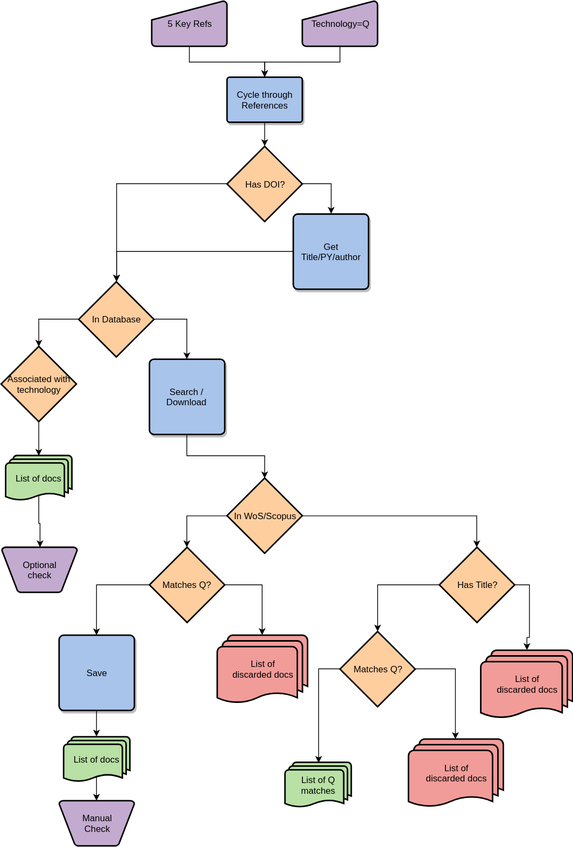
Earlier version of the draw.io export documentation/snowballing_back.svg (smkerr/nacsos). Source tidied: cells renumbered, new cells last; positions are measured from the earlier drawing's top-left corner, leaving out a move shared by most shapes.
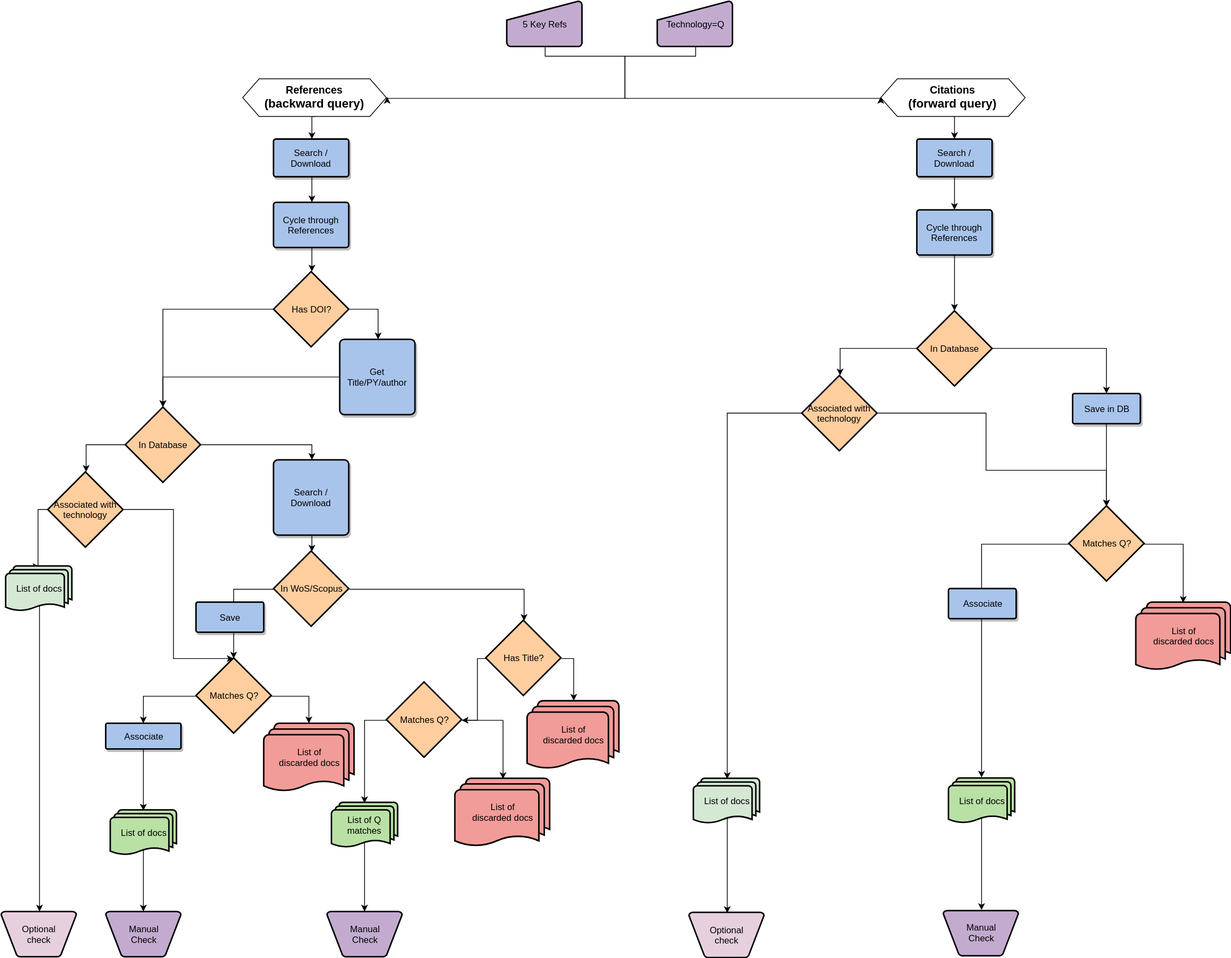
After the commit.

The edit, as a diff of the source:
```diff
@@ -4,7 +4,13 @@
     <mxCell id="1" parent="0" />
-    <mxCell id="2" style="edgeStyle=orthogonalEdgeStyle;rounded=0;html=1;exitX=0.5;exitY=1;exitPerimeter=0;jettySize=auto;" parent="1" edge="1" source="3" target="5">
-      <mxGeometry relative="1" as="geometry" />
+    <mxCell id="2" style="edgeStyle=orthogonalEdgeStyle;rounded=0;html=1;exitX=0.5;exitY=1;exitPerimeter=0;jettySize=auto;entryX=0;entryY=0.5;" parent="1" edge="1" source="3" target="50">
+      <mxGeometry relative="1" as="geometry">
+        <Array as="points">
+          <mxPoint x="660" y="53" />
+          <mxPoint x="767" y="53" />
+          <mxPoint x="767" y="108" />
+        </Array>
+      </mxGeometry>
     </mxCell>
     <mxCell id="3" value="5 Key Refs" style="strokeWidth=2;html=1;shape=mxgraph.flowchart.manual_input;whiteSpace=wrap;fillColor=#C3ABD0;" parent="1" vertex="1">
-      <mxGeometry x="200" width="100" height="60" as="geometry" />
+      <mxGeometry x="610" y="-20" width="100" height="60" as="geometry" />
     </mxCell>
@@ -14,3 +20,3 @@
     <mxCell id="5" value="Cycle through References" style="strokeWidth=2;html=1;shape=mxgraph.flowchart.process;whiteSpace=wrap;shadow=1;fillColor=#A9C4EB;" parent="1" vertex="1">
-      <mxGeometry x="300" y="101" width="100" height="60" as="geometry" />
+      <mxGeometry x="300" y="247" width="100" height="60" as="geometry" />
     </mxCell>
@@ -23,3 +29,3 @@
     <mxCell id="8" value="Has DOI?" style="strokeWidth=2;html=1;shape=mxgraph.flowchart.decision;whiteSpace=wrap;fillColor=#FFCE9F;" parent="1" vertex="1">
-      <mxGeometry x="300" y="193" width="100" height="100" as="geometry" />
+      <mxGeometry x="300" y="339" width="100" height="100" as="geometry" />
     </mxCell>
@@ -29,15 +35,28 @@
     <mxCell id="10" style="edgeStyle=orthogonalEdgeStyle;rounded=0;html=1;exitX=0;exitY=0.5;exitPerimeter=0;entryX=0.5;entryY=0;entryPerimeter=0;jettySize=auto;" parent="1" edge="1" source="11" target="25">
-      <mxGeometry relative="1" as="geometry" />
+      <mxGeometry relative="1" as="geometry">
+        <Array as="points">
+          <mxPoint x="50" y="569" />
+        </Array>
+      </mxGeometry>
     </mxCell>
     <mxCell id="11" value="In Database" style="strokeWidth=2;html=1;shape=mxgraph.flowchart.decision;whiteSpace=wrap;fillColor=#FFCE9F;" parent="1" vertex="1">
-      <mxGeometry x="103" y="373" width="100" height="100" as="geometry" />
+      <mxGeometry x="103" y="519" width="100" height="100" as="geometry" />
     </mxCell>
     <mxCell id="12" style="edgeStyle=orthogonalEdgeStyle;rounded=0;html=1;exitX=0;exitY=0.5;exitPerimeter=0;jettySize=auto;" parent="1" edge="1" source="14" target="17">
-      <mxGeometry relative="1" as="geometry" />
+      <mxGeometry relative="1" as="geometry">
+        <Array as="points">
+          <mxPoint x="570" y="852" />
+          <mxPoint x="570" y="934" />
+        </Array>
+      </mxGeometry>
     </mxCell>
     <mxCell id="13" style="edgeStyle=orthogonalEdgeStyle;rounded=0;html=1;exitX=1;exitY=0.5;exitPerimeter=0;entryX=0.5;entryY=0;entryPerimeter=0;jettySize=auto;" parent="1" edge="1" source="14" target="43">
-      <mxGeometry relative="1" as="geometry" />
+      <mxGeometry relative="1" as="geometry">
+        <Array as="points">
+          <mxPoint x="698" y="852" />
+        </Array>
+      </mxGeometry>
     </mxCell>
     <mxCell id="14" value="Has Title?" style="strokeWidth=2;html=1;shape=mxgraph.flowchart.decision;whiteSpace=wrap;fillColor=#FFCE9F;" parent="1" vertex="1">
-      <mxGeometry x="582" y="726" width="100" height="100" as="geometry" />
+      <mxGeometry x="582" y="802" width="100" height="100" as="geometry" />
     </mxCell>
@@ -50,12 +69,21 @@
     <mxCell id="17" value="Matches Q?" style="strokeWidth=2;html=1;shape=mxgraph.flowchart.decision;whiteSpace=wrap;fillColor=#FFCE9F;" parent="1" vertex="1">
-      <mxGeometry x="450" y="838" width="100" height="100" as="geometry" />
+      <mxGeometry x="450" y="884" width="100" height="100" as="geometry" />
     </mxCell>
-    <mxCell id="18" style="edgeStyle=orthogonalEdgeStyle;rounded=0;html=1;entryX=0.5;entryY=0;entryPerimeter=0;jettySize=auto;" parent="1" edge="1" source="19" target="5">
-      <mxGeometry relative="1" as="geometry" />
+    <mxCell id="18" style="edgeStyle=orthogonalEdgeStyle;rounded=0;html=1;jettySize=auto;entryX=1;entryY=0.5;" parent="1" edge="1" source="19" target="48">
+      <mxGeometry relative="1" as="geometry">
+        <Array as="points">
+          <mxPoint x="860" y="53" />
+          <mxPoint x="767" y="53" />
+          <mxPoint x="767" y="108" />
+        </Array>
+      </mxGeometry>
     </mxCell>
     <mxCell id="19" value="Technology=Q" style="strokeWidth=2;html=1;shape=mxgraph.flowchart.manual_input;whiteSpace=wrap;fillColor=#C3ABD0;" parent="1" vertex="1">
-      <mxGeometry x="400" width="100" height="60" as="geometry" />
+      <mxGeometry x="810" y="-20" width="100" height="60" as="geometry" />
     </mxCell>
+    <mxCell id="44" style="edgeStyle=orthogonalEdgeStyle;rounded=0;html=1;jettySize=auto;exitX=0.5;exitY=0.88;exitPerimeter=0;" parent="1" edge="1" source="20" target="46">
+      <mxGeometry relative="1" as="geometry" />
+    </mxCell>
     <mxCell id="20" value="List of Q matches" style="strokeWidth=2;html=1;shape=mxgraph.flowchart.multi-document;whiteSpace=wrap;fillColor=#B9E0A5;" parent="1" vertex="1">
-      <mxGeometry x="377" y="1012" width="88" height="60" as="geometry" />
+      <mxGeometry x="377" y="1044" width="88" height="60" as="geometry" />
     </mxCell>
@@ -68,9 +96,21 @@
     <mxCell id="23" value="In WoS/Scopus" style="strokeWidth=2;html=1;shape=mxgraph.flowchart.decision;whiteSpace=wrap;fillColor=#FFCE9F;" parent="1" vertex="1">
-      <mxGeometry x="300" y="634" width="100" height="100" as="geometry" />
+      <mxGeometry x="300" y="710" width="100" height="100" as="geometry" />
     </mxCell>
-    <mxCell id="24" style="edgeStyle=orthogonalEdgeStyle;rounded=0;html=1;exitX=0.5;exitY=1;exitPerimeter=0;entryX=0.5;entryY=0;entryPerimeter=0;jettySize=auto;" parent="1" edge="1" source="25" target="32">
-      <mxGeometry relative="1" as="geometry" />
+    <mxCell id="24" style="edgeStyle=orthogonalEdgeStyle;rounded=0;html=1;exitX=0;exitY=0.5;exitPerimeter=0;entryX=0.5;entryY=0;entryPerimeter=0;jettySize=auto;" parent="1" edge="1" source="25" target="32">
+      <mxGeometry relative="1" as="geometry">
+        <Array as="points">
+          <mxPoint x="-13" y="655" />
+        </Array>
+      </mxGeometry>
     </mxCell>
+    <mxCell id="45" style="edgeStyle=orthogonalEdgeStyle;rounded=0;html=1;exitX=1;exitY=0.5;exitPerimeter=0;entryX=0.5;entryY=0;entryPerimeter=0;jettySize=auto;" parent="1" edge="1" source="25" target="40">
+      <mxGeometry relative="1" as="geometry">
+        <Array as="points">
+          <mxPoint x="167" y="655" />
+          <mxPoint x="167" y="852" />
+        </Array>
+      </mxGeometry>
+    </mxCell>
     <mxCell id="25" value="Associated with technology" style="strokeWidth=2;html=1;shape=mxgraph.flowchart.decision;whiteSpace=wrap;fillColor=#FFCE9F;" parent="1" vertex="1">
-      <mxGeometry y="459" width="100" height="100" as="geometry" />
+      <mxGeometry y="605" width="100" height="100" as="geometry" />
     </mxCell>
@@ -80,8 +120,8 @@
     <mxCell id="27" value="Search / Download" style="strokeWidth=2;html=1;shape=mxgraph.flowchart.process;whiteSpace=wrap;shadow=1;fillColor=#A9C4EB;" parent="1" vertex="1">
-      <mxGeometry x="197" y="476" width="100" height="100" as="geometry" />
+      <mxGeometry x="300" y="589" width="100" height="100" as="geometry" />
     </mxCell>
     <mxCell id="28" value="Manual &lt;br&gt;Check" style="strokeWidth=2;html=1;shape=mxgraph.flowchart.manual_operation;whiteSpace=wrap;fillColor=#C3ABD0;" parent="1" vertex="1">
-      <mxGeometry x="77" y="1063" width="100" height="60" as="geometry" />
+      <mxGeometry x="77" y="1189" width="100" height="60" as="geometry" />
     </mxCell>
-    <mxCell id="29" style="edgeStyle=orthogonalEdgeStyle;rounded=0;html=1;exitX=0.5;exitY=0.88;exitPerimeter=0;jettySize=auto;" parent="1" edge="1" source="30" target="28">
+    <mxCell id="29" style="edgeStyle=orthogonalEdgeStyle;rounded=0;html=1;exitX=0.5;exitY=0.88;exitPerimeter=0;jettySize=auto;entryX=0.5;entryY=0;entryPerimeter=0;" parent="1" edge="1" source="30" target="28">
       <mxGeometry relative="1" as="geometry" />
@@ -89,3 +129,3 @@
     <mxCell id="30" value="List of docs" style="strokeWidth=2;html=1;shape=mxgraph.flowchart.multi-document;whiteSpace=wrap;fillColor=#B9E0A5;" parent="1" vertex="1">
-      <mxGeometry x="83" y="978" width="88" height="60" as="geometry" />
+      <mxGeometry x="83" y="1054" width="88" height="60" as="geometry" />
     </mxCell>
@@ -94,8 +134,5 @@
     </mxCell>
-    <mxCell id="32" value="List of docs" style="strokeWidth=2;html=1;shape=mxgraph.flowchart.multi-document;whiteSpace=wrap;fillColor=#B9E0A5;" parent="1" vertex="1">
-      <mxGeometry x="6" y="604" width="88" height="60" as="geometry" />
+    <mxCell id="32" value="List of docs" style="strokeWidth=2;html=1;shape=mxgraph.flowchart.multi-document;whiteSpace=wrap;fillColor=#D5E8D4;" parent="1" vertex="1">
+      <mxGeometry x="-56" y="730" width="88" height="60" as="geometry" />
     </mxCell>
-    <mxCell id="33" value="Optional &lt;br&gt;check" style="strokeWidth=2;html=1;shape=mxgraph.flowchart.manual_operation;whiteSpace=wrap;fillColor=#C3ABD0;" parent="1" vertex="1">
-      <mxGeometry x="1" y="726" width="100" height="60" as="geometry" />
-    </mxCell>
     <mxCell id="34" style="edgeStyle=orthogonalEdgeStyle;rounded=0;html=1;entryX=0.5;entryY=0;entryPerimeter=0;jettySize=auto;" parent="1" edge="1" source="35" target="11">
@@ -104,3 +141,3 @@
     <mxCell id="35" value="Get Title/PY/author" style="strokeWidth=2;html=1;shape=mxgraph.flowchart.process;whiteSpace=wrap;shadow=1;fillColor=#A9C4EB;" parent="1" vertex="1">
-      <mxGeometry x="388" y="283" width="100" height="100" as="geometry" />
+      <mxGeometry x="388" y="429" width="100" height="100" as="geometry" />
     </mxCell>
@@ -109,7 +146,11 @@
     </mxCell>
-    <mxCell id="37" value="Save" style="strokeWidth=2;html=1;shape=mxgraph.flowchart.process;whiteSpace=wrap;shadow=1;fillColor=#A9C4EB;" parent="1" vertex="1">
-      <mxGeometry x="77" y="843" width="100" height="100" as="geometry" />
+    <mxCell id="37" value="Associate" style="strokeWidth=2;html=1;shape=mxgraph.flowchart.process;whiteSpace=wrap;shadow=1;fillColor=#A9C4EB;" parent="1" vertex="1">
+      <mxGeometry x="77" y="939" width="100" height="34" as="geometry" />
     </mxCell>
-    <mxCell id="38" style="edgeStyle=orthogonalEdgeStyle;rounded=0;html=1;exitX=0;exitY=0.5;exitPerimeter=0;jettySize=auto;" parent="1" edge="1" source="40" target="37">
-      <mxGeometry relative="1" as="geometry" />
+    <mxCell id="38" style="edgeStyle=orthogonalEdgeStyle;rounded=0;html=1;exitX=0;exitY=0.5;exitPerimeter=0;jettySize=auto;entryX=0.5;entryY=0;entryPerimeter=0;" parent="1" edge="1" source="40" target="37">
+      <mxGeometry relative="1" as="geometry">
+        <Array as="points">
+          <mxPoint x="127" y="902" />
+        </Array>
+      </mxGeometry>
     </mxCell>
@@ -119,13 +160,129 @@
     <mxCell id="40" value="Matches Q?" style="strokeWidth=2;html=1;shape=mxgraph.flowchart.decision;whiteSpace=wrap;fillColor=#FFCE9F;" parent="1" vertex="1">
-      <mxGeometry x="197" y="726" width="100" height="100" as="geometry" />
+      <mxGeometry x="197" y="852" width="100" height="100" as="geometry" />
     </mxCell>
     <mxCell id="41" value="List of &lt;br&gt;discarded docs" style="strokeWidth=2;html=1;shape=mxgraph.flowchart.multi-document;whiteSpace=wrap;fillColor=#F19C99;" parent="1" vertex="1">
-      <mxGeometry x="287" y="843" width="120" height="91" as="geometry" />
+      <mxGeometry x="287" y="939" width="120" height="91" as="geometry" />
     </mxCell>
     <mxCell id="42" value="List of &lt;br&gt;discarded docs" style="strokeWidth=2;html=1;shape=mxgraph.flowchart.multi-document;whiteSpace=wrap;fillColor=#F19C99;" parent="1" vertex="1">
-      <mxGeometry x="541" y="981" width="126" height="91" as="geometry" />
+      <mxGeometry x="541" y="1012" width="126" height="91" as="geometry" />
     </mxCell>
     <mxCell id="43" value="List of&lt;br&gt;discarded docs" style="strokeWidth=2;html=1;shape=mxgraph.flowchart.multi-document;whiteSpace=wrap;fillColor=#F19C99;" parent="1" vertex="1">
-      <mxGeometry x="637" y="863" width="122" height="91" as="geometry" />
+      <mxGeometry x="637" y="909" width="122" height="91" as="geometry" />
     </mxCell>
+    <mxCell id="46" value="Manual &lt;br&gt;Check" style="strokeWidth=2;html=1;shape=mxgraph.flowchart.manual_operation;whiteSpace=wrap;fillColor=#C3ABD0;" parent="1" vertex="1">
+      <mxGeometry x="371" y="1189" width="100" height="60" as="geometry" />
+    </mxCell>
+    <mxCell id="33" value="Optional &lt;br&gt;check" style="strokeWidth=2;html=1;shape=mxgraph.flowchart.manual_operation;whiteSpace=wrap;fillColor=#E6D0DE;" parent="1" vertex="1">
+      <mxGeometry x="-62" y="1189" width="100" height="60" as="geometry" />
+    </mxCell>
+    <mxCell id="47" style="edgeStyle=orthogonalEdgeStyle;rounded=0;html=1;exitX=0.5;exitY=1;entryX=0.5;entryY=0;entryPerimeter=0;jettySize=auto;" parent="1" edge="1" source="48" target="52">
+      <mxGeometry relative="1" as="geometry" />
+    </mxCell>
+    <mxCell id="48" value="&lt;b&gt;&lt;font style=&quot;font-size: 14px&quot;&gt;References&lt;/font&gt;&lt;/b&gt;&lt;div&gt;&lt;b&gt;&lt;font size=&quot;3&quot;&gt;(backward query)&lt;/font&gt;&lt;/b&gt;&lt;/div&gt;" style="shape=hexagon;perimeter=hexagonPerimeter;whiteSpace=wrap;html=1;rounded=0;shadow=0;glass=0;comic=0;size=0.11489829576690558;" parent="1" vertex="1">
+      <mxGeometry x="259" y="83" width="191" height="50" as="geometry" />
+    </mxCell>
+    <mxCell id="49" style="edgeStyle=orthogonalEdgeStyle;rounded=0;html=1;exitX=0.5;exitY=1;entryX=0.5;entryY=0;entryPerimeter=0;jettySize=auto;" parent="1" edge="1" source="50" target="55">
+      <mxGeometry relative="1" as="geometry" />
+    </mxCell>
+    <mxCell id="50" value="&lt;b&gt;&lt;font style=&quot;font-size: 14px&quot;&gt;Citations&lt;/font&gt;&lt;/b&gt;&lt;div&gt;&lt;b&gt;&lt;font size=&quot;3&quot;&gt;(forward query)&lt;/font&gt;&lt;/b&gt;&lt;/div&gt;" style="shape=hexagon;perimeter=hexagonPerimeter;whiteSpace=wrap;html=1;rounded=0;shadow=0;glass=0;comic=0;size=0.11489829576690558;" parent="1" vertex="1">
+      <mxGeometry x="1107" y="83" width="192" height="50" as="geometry" />
+    </mxCell>
+    <mxCell id="51" style="edgeStyle=orthogonalEdgeStyle;rounded=0;html=1;exitX=0.5;exitY=1;exitPerimeter=0;jettySize=auto;" parent="1" edge="1" source="52" target="5">
+      <mxGeometry relative="1" as="geometry">
+        <Array as="points">
+          <mxPoint x="350" y="223" />
+          <mxPoint x="350" y="223" />
+        </Array>
+      </mxGeometry>
+    </mxCell>
+    <mxCell id="52" value="Search / Download" style="strokeWidth=2;html=1;shape=mxgraph.flowchart.process;whiteSpace=wrap;shadow=1;fillColor=#A9C4EB;" parent="1" vertex="1">
+      <mxGeometry x="300" y="163" width="100" height="50" as="geometry" />
+    </mxCell>
+    <mxCell id="53" style="edgeStyle=orthogonalEdgeStyle;rounded=0;html=1;jettySize=auto;entryX=0.5;entryY=0;entryPerimeter=0;" parent="1" edge="1" target="61">
+      <mxGeometry relative="1" as="geometry">
+        <mxPoint x="1205" y="317" as="sourcePoint" />
+        <Array as="points">
+          <mxPoint x="1205" y="391" />
+        </Array>
+      </mxGeometry>
+    </mxCell>
+    <mxCell id="54" style="edgeStyle=orthogonalEdgeStyle;rounded=0;html=1;exitX=0.5;exitY=1;exitPerimeter=0;entryX=0.5;entryY=0;entryPerimeter=0;jettySize=auto;" parent="1" edge="1" source="55" target="68">
+      <mxGeometry relative="1" as="geometry" />
+    </mxCell>
+    <mxCell id="55" value="Search / Download" style="strokeWidth=2;html=1;shape=mxgraph.flowchart.process;whiteSpace=wrap;shadow=1;fillColor=#A9C4EB;" parent="1" vertex="1">
+      <mxGeometry x="1155" y="163" width="100" height="50" as="geometry" />
+    </mxCell>
+    <mxCell id="56" value="Manual &lt;br&gt;Check" style="strokeWidth=2;html=1;shape=mxgraph.flowchart.manual_operation;whiteSpace=wrap;fillColor=#C3ABD0;" parent="1" vertex="1">
+      <mxGeometry x="1190" y="1187.7" width="100" height="60" as="geometry" />
+    </mxCell>
+    <mxCell id="57" style="edgeStyle=orthogonalEdgeStyle;rounded=0;html=1;exitX=0.5;exitY=0.88;exitPerimeter=0;entryX=0.5;entryY=0;entryPerimeter=0;jettySize=auto;" parent="1" edge="1" source="58" target="56">
+      <mxGeometry relative="1" as="geometry" />
+    </mxCell>
+    <mxCell id="58" value="List of docs" style="strokeWidth=2;html=1;shape=mxgraph.flowchart.multi-document;whiteSpace=wrap;fillColor=#B9E0A5;" parent="1" vertex="1">
+      <mxGeometry x="1197" y="1011.7" width="88" height="60" as="geometry" />
+    </mxCell>
+    <mxCell id="59" style="edgeStyle=orthogonalEdgeStyle;rounded=0;html=1;exitX=0;exitY=0.5;exitPerimeter=0;entryX=0.5;entryY=0;entryPerimeter=0;jettySize=auto;" parent="1" edge="1" source="61" target="64">
+      <mxGeometry relative="1" as="geometry" />
+    </mxCell>
+    <mxCell id="60" style="edgeStyle=orthogonalEdgeStyle;rounded=0;html=1;exitX=1;exitY=0.5;exitPerimeter=0;entryX=0.5;entryY=0;entryPerimeter=0;jettySize=auto;" parent="1" edge="1" source="61" target="70">
+      <mxGeometry relative="1" as="geometry" />
+    </mxCell>
+    <mxCell id="61" value="In Database" style="strokeWidth=2;html=1;shape=mxgraph.flowchart.decision;whiteSpace=wrap;fillColor=#FFCE9F;" parent="1" vertex="1">
+      <mxGeometry x="1155" y="391" width="100" height="100" as="geometry" />
+    </mxCell>
+    <mxCell id="62" style="edgeStyle=orthogonalEdgeStyle;rounded=0;html=1;exitX=0;exitY=0.5;exitPerimeter=0;entryX=0.5;entryY=0;entryPerimeter=0;jettySize=auto;" parent="1" edge="1" source="64" target="66">
+      <mxGeometry relative="1" as="geometry">
+        <Array as="points">
+          <mxPoint x="903" y="527" />
+        </Array>
+      </mxGeometry>
+    </mxCell>
+    <mxCell id="63" style="edgeStyle=orthogonalEdgeStyle;rounded=0;html=1;exitX=1;exitY=0.5;exitPerimeter=0;entryX=0.5;entryY=0;entryPerimeter=0;jettySize=auto;" parent="1" edge="1" source="64" target="73">
+      <mxGeometry relative="1" as="geometry">
+        <Array as="points">
+          <mxPoint x="1247" y="527" />
+          <mxPoint x="1247" y="603" />
+          <mxPoint x="1407" y="603" />
+        </Array>
+      </mxGeometry>
+    </mxCell>
+    <mxCell id="64" value="Associated with technology" style="strokeWidth=2;html=1;shape=mxgraph.flowchart.decision;whiteSpace=wrap;fillColor=#FFCE9F;" parent="1" vertex="1">
+      <mxGeometry x="1002" y="477" width="100" height="100" as="geometry" />
+    </mxCell>
+    <mxCell id="65" style="edgeStyle=orthogonalEdgeStyle;rounded=0;html=1;exitX=0.5;exitY=0.88;exitPerimeter=0;entryX=0.5;entryY=0;entryPerimeter=0;jettySize=auto;" parent="1" edge="1" source="66" target="67">
+      <mxGeometry relative="1" as="geometry" />
+    </mxCell>
+    <mxCell id="66" value="List of docs" style="strokeWidth=2;html=1;shape=mxgraph.flowchart.multi-document;whiteSpace=wrap;fillColor=#D5E8D4;" parent="1" vertex="1">
+      <mxGeometry x="858" y="1012" width="88" height="60" as="geometry" />
+    </mxCell>
+    <mxCell id="67" value="Optional &lt;br&gt;check" style="strokeWidth=2;html=1;shape=mxgraph.flowchart.manual_operation;whiteSpace=wrap;fillColor=#E6D0DE;" parent="1" vertex="1">
+      <mxGeometry x="852" y="1190" width="100" height="60" as="geometry" />
+    </mxCell>
+    <mxCell id="68" value="Cycle through References" style="strokeWidth=2;html=1;shape=mxgraph.flowchart.process;whiteSpace=wrap;shadow=1;fillColor=#A9C4EB;" parent="1" vertex="1">
+      <mxGeometry x="1155" y="257" width="100" height="60" as="geometry" />
+    </mxCell>
+    <mxCell id="69" style="edgeStyle=orthogonalEdgeStyle;rounded=0;html=1;exitX=0.5;exitY=1;exitPerimeter=0;entryX=0.5;entryY=0;entryPerimeter=0;jettySize=auto;" parent="1" edge="1" source="70" target="73">
+      <mxGeometry relative="1" as="geometry" />
+    </mxCell>
+    <mxCell id="70" value="Save in DB" style="strokeWidth=2;html=1;shape=mxgraph.flowchart.process;whiteSpace=wrap;shadow=1;fillColor=#A9C4EB;" parent="1" vertex="1">
+      <mxGeometry x="1362" y="501" width="90" height="40" as="geometry" />
+    </mxCell>
+    <mxCell id="71" style="edgeStyle=orthogonalEdgeStyle;rounded=0;html=1;exitX=1;exitY=0.5;exitPerimeter=0;entryX=0.5;entryY=0;entryPerimeter=0;jettySize=auto;" parent="1" edge="1" source="73" target="74">
+      <mxGeometry relative="1" as="geometry" />
+    </mxCell>
+    <mxCell id="72" style="edgeStyle=orthogonalEdgeStyle;rounded=0;html=1;exitX=0;exitY=0.5;exitPerimeter=0;entryX=0.5;entryY=0;entryPerimeter=0;jettySize=auto;" parent="1" edge="1" source="73" target="58">
+      <mxGeometry relative="1" as="geometry" />
+    </mxCell>
+    <mxCell id="73" value="Matches Q?" style="strokeWidth=2;html=1;shape=mxgraph.flowchart.decision;whiteSpace=wrap;fillColor=#FFCE9F;" parent="1" vertex="1">
+      <mxGeometry x="1357" y="650" width="100" height="100" as="geometry" />
+    </mxCell>
+    <mxCell id="74" value="List of &lt;br&gt;discarded docs" style="strokeWidth=2;html=1;shape=mxgraph.flowchart.multi-document;whiteSpace=wrap;fillColor=#F19C99;" parent="1" vertex="1">
+      <mxGeometry x="1446" y="778" width="126" height="91" as="geometry" />
+    </mxCell>
+    <mxCell id="75" value="Associate" style="strokeWidth=2;html=1;shape=mxgraph.flowchart.process;whiteSpace=wrap;shadow=1;fillColor=#A9C4EB;" parent="1" vertex="1">
+      <mxGeometry x="1197" y="760" width="90" height="40" as="geometry" />
+    </mxCell>
+    <mxCell id="76" value="Save" style="strokeWidth=2;html=1;shape=mxgraph.flowchart.process;whiteSpace=wrap;shadow=1;fillColor=#A9C4EB;" parent="1" vertex="1">
+      <mxGeometry x="197" y="778" width="90" height="40" as="geometry" />
+    </mxCell>
   </root>
```
